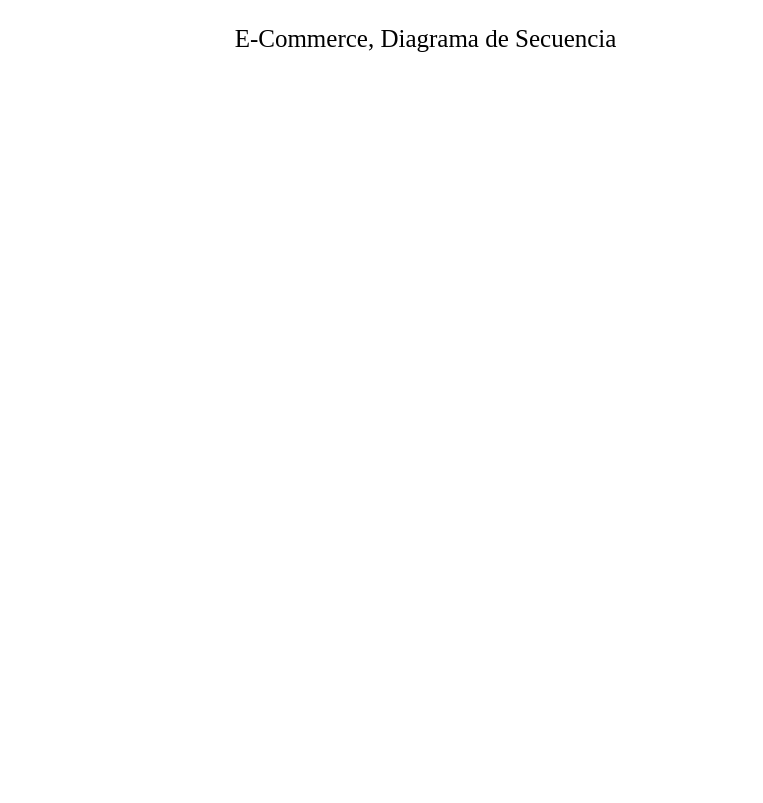
Above: page "Página-2" (2 of 3) of E-commerce.drawio in SamuelHerreraPerez/Laboratorio-Empresarial (draw.io), before the change. Source tidied: cells renumbered, new cells numbered last; positions are measured from the earlier drawing's top-left corner, leaving out a move shared by most shapes. Both pictures are drawn from the tidied source at 100%, with x=0, y=0 at pixel (225, 17).
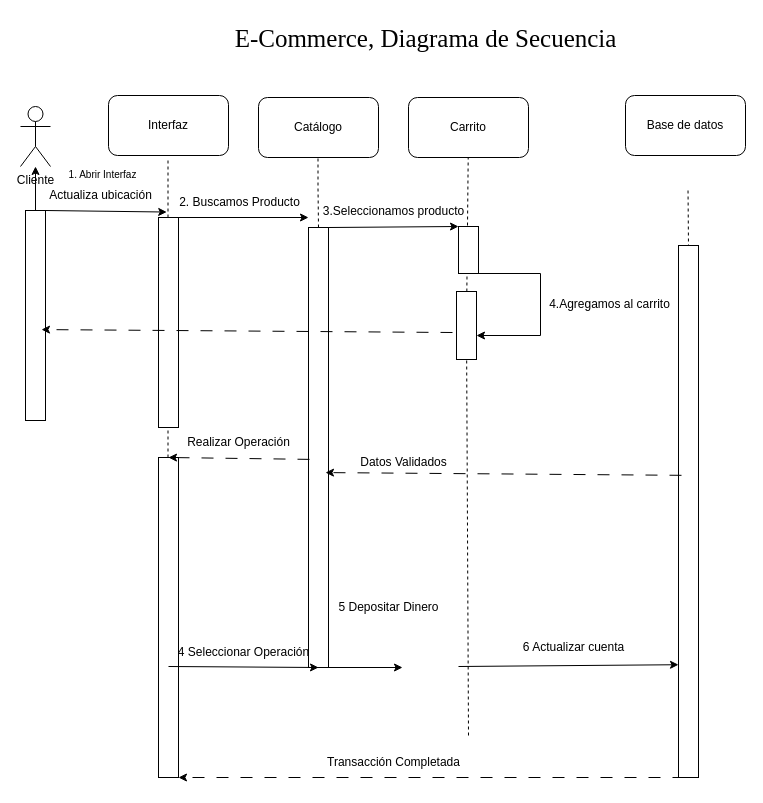
The same page after the edit.

Change to the diagram source:
```diff
@@
+    <mxCell id="3" value="Interfaz" style="rounded=1;whiteSpace=wrap;html=1;" parent="1" vertex="1">
+      <mxGeometry x="-117" y="78" width="120" height="60" as="geometry" />
+    </mxCell>
+    <mxCell id="4" value="Catálogo" style="rounded=1;whiteSpace=wrap;html=1;" parent="1" vertex="1">
+      <mxGeometry x="33" y="80" width="120" height="60" as="geometry" />
+    </mxCell>
+    <mxCell id="5" value="Carrito" style="rounded=1;whiteSpace=wrap;html=1;" parent="1" vertex="1">
+      <mxGeometry x="183" y="80" width="120" height="60" as="geometry" />
+    </mxCell>
+    <mxCell id="6" value="Base de datos" style="rounded=1;whiteSpace=wrap;html=1;" parent="1" vertex="1">
+      <mxGeometry x="400" y="78" width="120" height="60" as="geometry" />
+    </mxCell>
+    <mxCell id="7" style="endArrow=none;dashed=1;html=1;rounded=0;entryX=0.5;entryY=1;entryDx=0;entryDy=0;" parent="1" edge="1">
+      <mxGeometry relative="1" as="geometry">
+        <mxPoint x="-57.5" y="200" as="sourcePoint" />
+        <mxPoint x="-57.5" y="140" as="targetPoint" />
+        <Array as="points">
+          <mxPoint x="-57.5" y="190" />
+        </Array>
+      </mxGeometry>
+    </mxCell>
+    <mxCell id="8" style="endArrow=none;dashed=1;html=1;rounded=0;entryX=0.5;entryY=1;entryDx=0;entryDy=0;exitX=0.5;exitY=0;exitDx=0;exitDy=0;" parent="1" edge="1" source="14">
+      <mxGeometry relative="1" as="geometry">
+        <mxPoint x="92.5" y="140" as="targetPoint" />
+        <Array as="points">
+          <mxPoint x="92.5" y="170" />
+        </Array>
+      </mxGeometry>
+    </mxCell>
+    <mxCell id="9" style="endArrow=none;dashed=1;html=1;rounded=0;" parent="1" edge="1" source="42" target="5">
+      <mxGeometry relative="1" as="geometry" />
+    </mxCell>
+    <mxCell id="10" style="endArrow=none;dashed=1;html=1;rounded=0;entryX=0.5;entryY=1;entryDx=0;entryDy=0;" parent="1" edge="1">
+      <mxGeometry relative="1" as="geometry">
+        <mxPoint x="463" y="230" as="sourcePoint" />
+        <mxPoint x="462.5" y="170" as="targetPoint" />
+      </mxGeometry>
+    </mxCell>
+    <mxCell id="11" style="rounded=0;whiteSpace=wrap;html=1;" parent="1" vertex="1">
+      <mxGeometry x="-67" y="200" width="20" height="210" as="geometry" />
+    </mxCell>
+    <mxCell id="12" style="endArrow=classic;html=1;rounded=0;exitX=1;exitY=0;exitDx=0;exitDy=0;" parent="1" edge="1" source="11">
+      <mxGeometry relative="1" as="geometry">
+        <mxPoint x="83" y="200" as="targetPoint" />
+      </mxGeometry>
+    </mxCell>
+    <mxCell id="13" value="2. Buscamos Producto" style="text;html=1;align=center;verticalAlign=middle;points=[];strokeColor=none;fillColor=none;" parent="1" vertex="1">
+      <mxGeometry x="-56" y="172" width="139" height="26" as="geometry" />
+    </mxCell>
+    <mxCell id="14" style="rounded=0;whiteSpace=wrap;html=1;" parent="1" vertex="1">
+      <mxGeometry x="83" y="210" width="20" height="440" as="geometry" />
+    </mxCell>
+    <mxCell id="15" style="endArrow=classic;html=1;rounded=0;exitX=1;exitY=0;exitDx=0;exitDy=0;entryX=0;entryY=0;entryDx=0;entryDy=0;" parent="1" edge="1" source="14" target="17">
+      <mxGeometry relative="1" as="geometry" />
+    </mxCell>
+    <mxCell id="16" value="3.Seleccionamos producto" style="text;html=1;align=center;verticalAlign=middle;strokeColor=none;fillColor=none;" parent="1" vertex="1">
+      <mxGeometry x="88" y="181" width="159" height="26" as="geometry" />
+    </mxCell>
+    <mxCell id="17" style="rounded=0;whiteSpace=wrap;html=1;" parent="1" vertex="1">
+      <mxGeometry x="233" y="209" width="20" height="47" as="geometry" />
+    </mxCell>
+    <mxCell id="18" style="endArrow=classic;html=1;rounded=0;exitX=1;exitY=1;exitDx=0;exitDy=0;entryX=1;entryY=0.647;entryDx=0;entryDy=0;entryPerimeter=0;" parent="1" edge="1" source="17" target="42">
+      <mxGeometry relative="1" as="geometry">
+        <Array as="points">
+          <mxPoint x="315" y="256" />
+          <mxPoint x="315" y="318" />
+        </Array>
+      </mxGeometry>
+    </mxCell>
+    <mxCell id="19" value="4.Agregamos al carrito" style="text;html=1;align=center;verticalAlign=middle;strokeColor=none;fillColor=none;" parent="1" vertex="1">
+      <mxGeometry x="314" y="274" width="139" height="26" as="geometry" />
+    </mxCell>
+    <mxCell id="20" style="rounded=0;whiteSpace=wrap;html=1;" parent="1" vertex="1">
+      <mxGeometry x="453" y="228" width="20" height="532" as="geometry" />
+    </mxCell>
+    <mxCell id="21" style="endArrow=none;dashed=1;html=1;rounded=0;entryX=0.5;entryY=1;entryDx=0;entryDy=0;" parent="1" edge="1">
+      <mxGeometry relative="1" as="geometry">
+        <mxPoint x="-57.5" y="470" as="sourcePoint" />
+        <mxPoint x="-57.5" y="410" as="targetPoint" />
+        <Array as="points">
+          <mxPoint x="-57.5" y="460" />
+        </Array>
+      </mxGeometry>
+    </mxCell>
+    <mxCell id="22" style="rounded=0;whiteSpace=wrap;html=1;" parent="1" vertex="1">
+      <mxGeometry x="-67" y="440" width="20" height="320" as="geometry" />
+    </mxCell>
+    <mxCell id="23" style="endArrow=classic;html=1;rounded=0;exitX=1;exitY=0;exitDx=0;exitDy=0;entryX=0.5;entryY=1;entryDx=0;entryDy=0;" parent="1" edge="1" target="14">
+      <mxGeometry relative="1" as="geometry">
+        <mxPoint x="-57" y="649" as="sourcePoint" />
+      </mxGeometry>
+    </mxCell>
+    <mxCell id="24" style="endArrow=classic;html=1;rounded=0;exitX=1;exitY=0;exitDx=0;exitDy=0;" parent="1" edge="1">
+      <mxGeometry relative="1" as="geometry">
+        <mxPoint x="93" y="650" as="sourcePoint" />
+        <mxPoint x="177" y="650" as="targetPoint" />
+      </mxGeometry>
+    </mxCell>
+    <mxCell id="25" style="endArrow=classic;html=1;rounded=0;exitX=1;exitY=0;exitDx=0;exitDy=0;entryX=0;entryY=0.788;entryDx=0;entryDy=0;entryPerimeter=0;" parent="1" edge="1" target="20">
+      <mxGeometry relative="1" as="geometry">
+        <mxPoint x="233" y="649" as="sourcePoint" />
+      </mxGeometry>
+    </mxCell>
+    <mxCell id="26" style="endArrow=classic;html=1;rounded=0;exitX=0.15;exitY=0.432;exitDx=0;exitDy=0;exitPerimeter=0;entryX=0.85;entryY=0.557;entryDx=0;entryDy=0;entryPerimeter=0;dashed=1;dashPattern=12 12;" parent="1" edge="1" source="20" target="14">
+      <mxGeometry relative="1" as="geometry" />
+    </mxCell>
+    <mxCell id="27" style="endArrow=classic;html=1;rounded=0;exitX=0.05;exitY=0.527;exitDx=0;exitDy=0;exitPerimeter=0;entryX=0.85;entryY=0.557;entryDx=0;entryDy=0;entryPerimeter=0;dashed=1;dashPattern=12 12;" parent="1" edge="1" source="14">
+      <mxGeometry relative="1" as="geometry">
+        <mxPoint x="-57" y="440" as="targetPoint" />
+      </mxGeometry>
+    </mxCell>
+    <mxCell id="28" value="Realizar Operación" style="text;html=1;align=center;verticalAlign=middle;strokeColor=none;fillColor=none;" parent="1" vertex="1">
+      <mxGeometry x="-52" y="410" width="130" height="30" as="geometry" />
+    </mxCell>
+    <mxCell id="29" value="Datos Validados" style="text;html=1;align=center;verticalAlign=middle;strokeColor=none;fillColor=none;" parent="1" vertex="1">
+      <mxGeometry x="123" y="430" width="110" height="30" as="geometry" />
+    </mxCell>
+    <mxCell id="30" value="4 Seleccionar Operación" style="text;html=1;align=center;verticalAlign=middle;strokeColor=none;fillColor=none;" parent="1" vertex="1">
+      <mxGeometry x="-57" y="620" width="150" height="30" as="geometry" />
+    </mxCell>
+    <mxCell id="31" value="5 Depositar Dinero" style="text;html=1;align=center;verticalAlign=middle;strokeColor=none;fillColor=none;" parent="1" vertex="1">
+      <mxGeometry x="103" y="575" width="120" height="30" as="geometry" />
+    </mxCell>
+    <mxCell id="32" value="6 Actualizar cuenta" style="text;html=1;align=center;verticalAlign=middle;strokeColor=none;fillColor=none;" parent="1" vertex="1">
+      <mxGeometry x="288" y="615" width="120" height="30" as="geometry" />
+    </mxCell>
+    <mxCell id="33" style="endArrow=classic;html=1;rounded=0;exitX=0.15;exitY=0.432;exitDx=0;exitDy=0;exitPerimeter=0;entryX=1;entryY=1;entryDx=0;entryDy=0;dashed=1;dashPattern=12 12;" parent="1" edge="1" target="22">
+      <mxGeometry relative="1" as="geometry">
+        <mxPoint x="459" y="760" as="sourcePoint" />
+      </mxGeometry>
+    </mxCell>
+    <mxCell id="34" value="Transacción Completada" style="text;html=1;align=center;verticalAlign=middle;strokeColor=none;fillColor=none;" parent="1" vertex="1">
+      <mxGeometry x="88" y="730" width="160" height="30" as="geometry" />
+    </mxCell>
+    <mxCell id="35" value="Cliente" style="shape=umlActor;verticalLabelPosition=bottom;verticalAlign=top;html=1;outlineConnect=0;" parent="1" vertex="1">
+      <mxGeometry x="-205" y="89" width="30" height="60" as="geometry" />
+    </mxCell>
+    <mxCell id="36" style="edgeStyle=orthogonalEdgeStyle;rounded=0;jettySize=auto;html=1;" parent="1" edge="1" source="37" target="35">
+      <mxGeometry relative="1" as="geometry" />
+    </mxCell>
+    <mxCell id="37" style="rounded=0;whiteSpace=wrap;html=1;" parent="1" vertex="1">
+      <mxGeometry x="-200" y="193" width="20" height="210" as="geometry" />
+    </mxCell>
+    <mxCell id="38" style="endArrow=classic;html=1;rounded=0;exitX=1;exitY=0;exitDx=0;exitDy=0;entryX=-0.02;entryY=0.867;entryDx=0;entryDy=0;entryPerimeter=0;" parent="1" edge="1" source="37" target="13">
+      <mxGeometry relative="1" as="geometry" />
+    </mxCell>
+    <mxCell id="39" value="Actualiza ubicación" style="text;html=1;align=center;verticalAlign=middle;strokeColor=none;fillColor=none;" parent="1" vertex="1">
+      <mxGeometry x="-186" y="165" width="121" height="26" as="geometry" />
+    </mxCell>
+    <mxCell id="40" value="&lt;font style=&quot;vertical-align: inherit; font-size: 10px;&quot;&gt;1. Abrir Interfaz&lt;/font&gt;" style="text;html=1;align=center;verticalAlign=middle;strokeColor=none;fillColor=none;" parent="1" vertex="1">
+      <mxGeometry x="-166" y="144" width="86" height="26" as="geometry" />
+    </mxCell>
+    <mxCell id="41" style="endArrow=none;dashed=1;html=1;rounded=0;" parent="1" edge="1" target="42">
+      <mxGeometry relative="1" as="geometry">
+        <mxPoint x="243" y="718" as="sourcePoint" />
+      </mxGeometry>
+    </mxCell>
+    <mxCell id="42" style="rounded=0;whiteSpace=wrap;html=1;" parent="1" vertex="1">
+      <mxGeometry x="231" y="274" width="20" height="68" as="geometry" />
+    </mxCell>
+    <mxCell id="43" style="endArrow=classic;html=1;rounded=0;exitX=-0.2;exitY=0.603;exitDx=0;exitDy=0;exitPerimeter=0;dashed=1;dashPattern=12 12;entryX=0.8;entryY=0.567;entryDx=0;entryDy=0;entryPerimeter=0;" parent="1" edge="1" source="42" target="37">
+      <mxGeometry relative="1" as="geometry" />
+    </mxCell>
```
